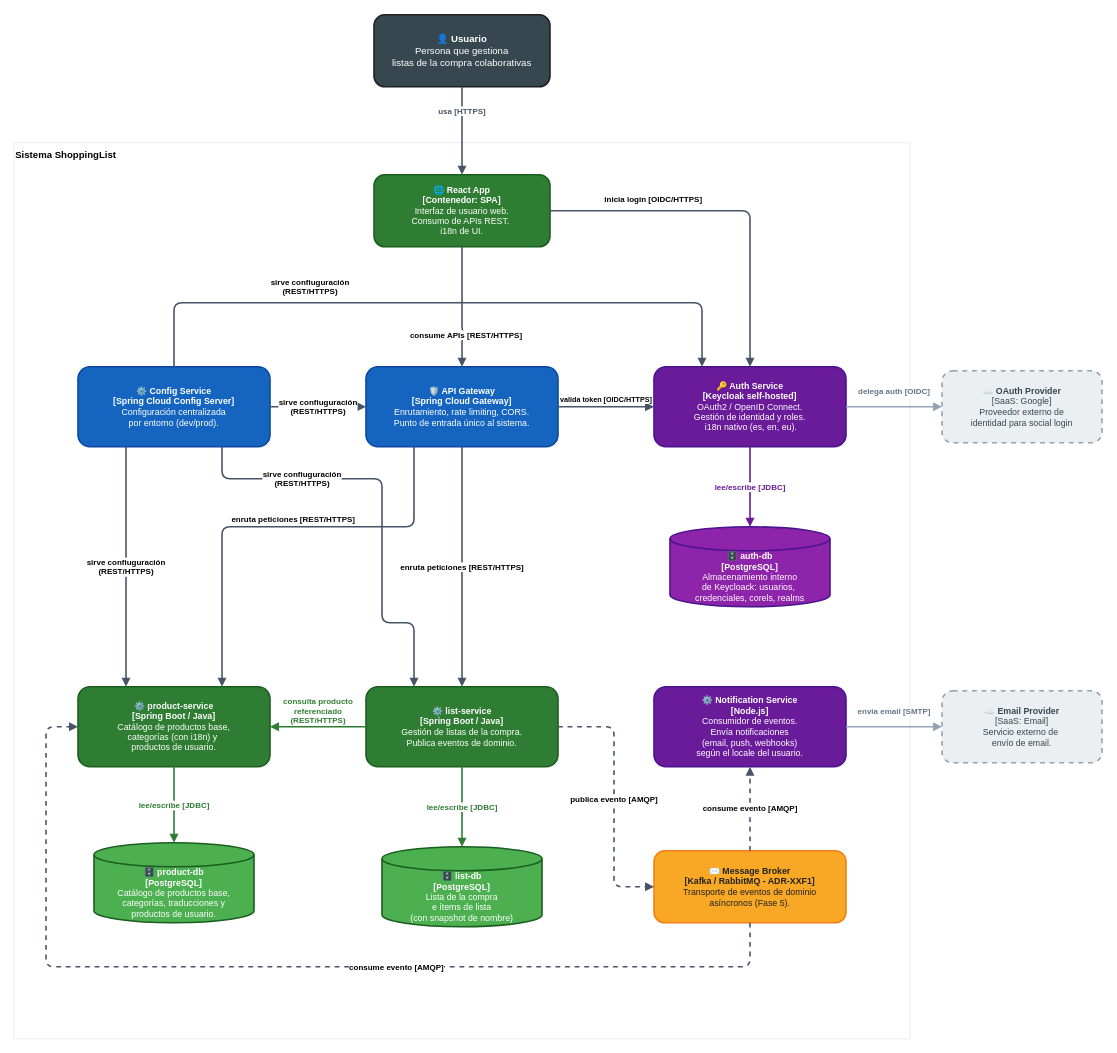
Above: docs/architecture/img/c4-level2-containers.drawio.xml in ivborrezo/shopping-list (draw.io), before the change. Source tidied: cells renumbered, new cells numbered last; positions are measured from the earlier drawing's top-left corner, leaving out a move shared by most shapes. Both pictures are drawn from the tidied source at 80%, with x=0, y=0 at pixel (14, 14).
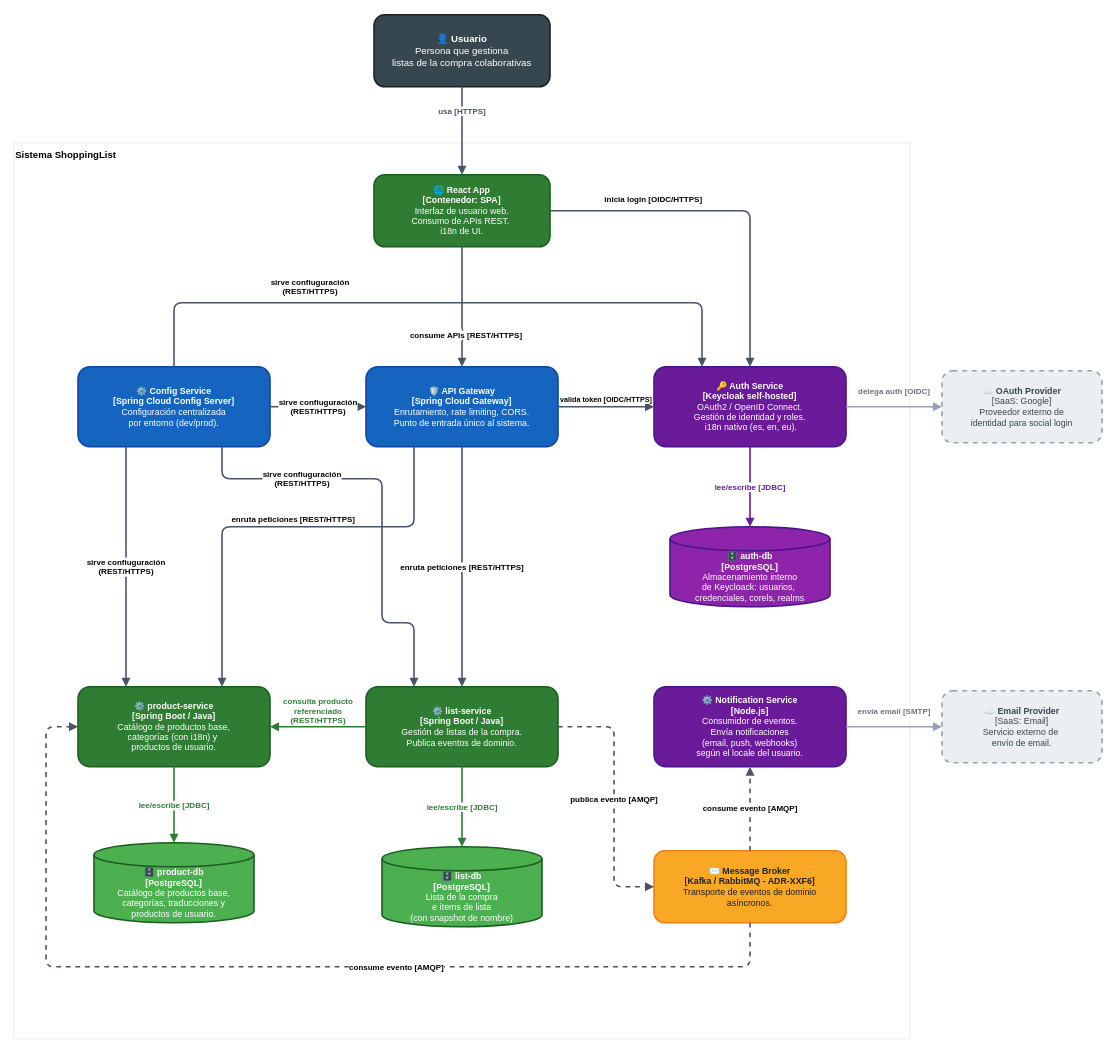
After the change.

Commit message (it also covers changes not shown here):
docs(architecture): actualizar el C4 al nuevo orden de fases

The edit, as a diff of the source:
```diff
@@
-    <mxCell id="17" value="&lt;b&gt;✉️ Message Broker&lt;/b&gt;&lt;br/&gt;&lt;b&gt;[Kafka / RabbitMQ - ADR-XXF1]&lt;/b&gt;&lt;br/&gt;Transporte de eventos de dominio&lt;br/&gt;asíncronos (Fase 5)." style="rounded=1;whiteSpace=wrap;html=1;fillColor=#F9A825;strokeColor=#F57F17;strokeWidth=2;fontColor=#212121;fontSize=11;align=center;" parent="1" vertex="1">
+    <mxCell id="17" value="&lt;b&gt;✉️ Message Broker&lt;/b&gt;&lt;br/&gt;&lt;b&gt;[Kafka / RabbitMQ - ADR-XXF6]&lt;/b&gt;&lt;br/&gt;Transporte de eventos de dominio&lt;br/&gt;asíncronos." style="rounded=1;whiteSpace=wrap;html=1;fillColor=#F9A825;strokeColor=#F57F17;strokeWidth=2;fontColor=#212121;fontSize=11;align=center;" parent="1" vertex="1">
       <mxGeometry x="800" y="1045" width="240" height="90" as="geometry" />
     </mxCell>
```
